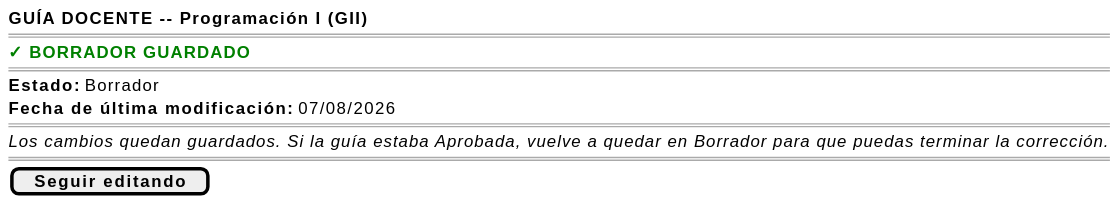
This is images/RUP/01-requisitos/03-detalle-casos-uso/guardarBorradorGuia/wireframe.svg from mmasias/pyCeldaPublico, a PlantUML export, as it was before one commit.
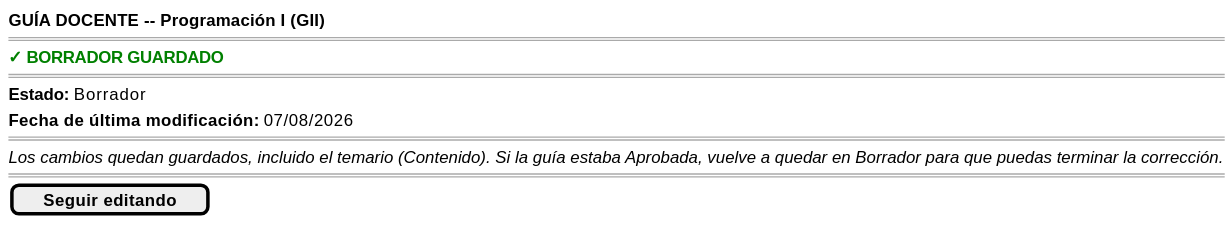
After the commit.

The edit, as a diff of the source:
```diff
@@ -7,7 +7,7 @@
     <b>Estado:</b> Borrador
     <b>Fecha de última modificación:</b> 07/08/2026
     ====
-    <i>Los cambios quedan guardados. Si la guía estaba Aprobada, vuelve a quedar en Borrador para que puedas terminar la corrección.</i>
+    <i>Los cambios quedan guardados, incluido el temario (Contenido). Si la guía estaba Aprobada, vuelve a quedar en Borrador para que puedas terminar la corrección.</i>
     ====
     [ <b>Seguir editando</b> ]
 }
```
